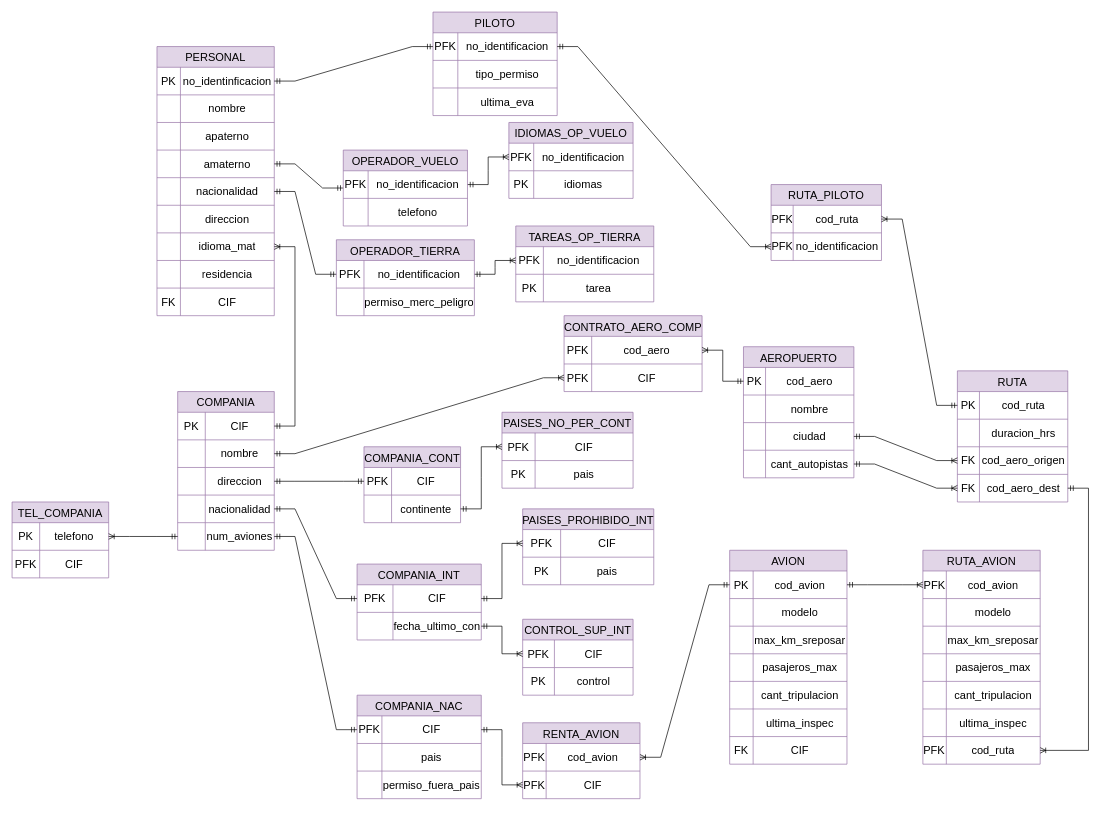
Above: Modelo Relacion Aeropuerto TBD.drawio in misiomishi/itcj (draw.io), before the change. Source tidied: cells renumbered, new cells numbered last; positions are measured from the earlier drawing's top-left corner, leaving out a move shared by most shapes. Both pictures are drawn from the tidied source at 69%, with x=0, y=0 at pixel (12, 12).
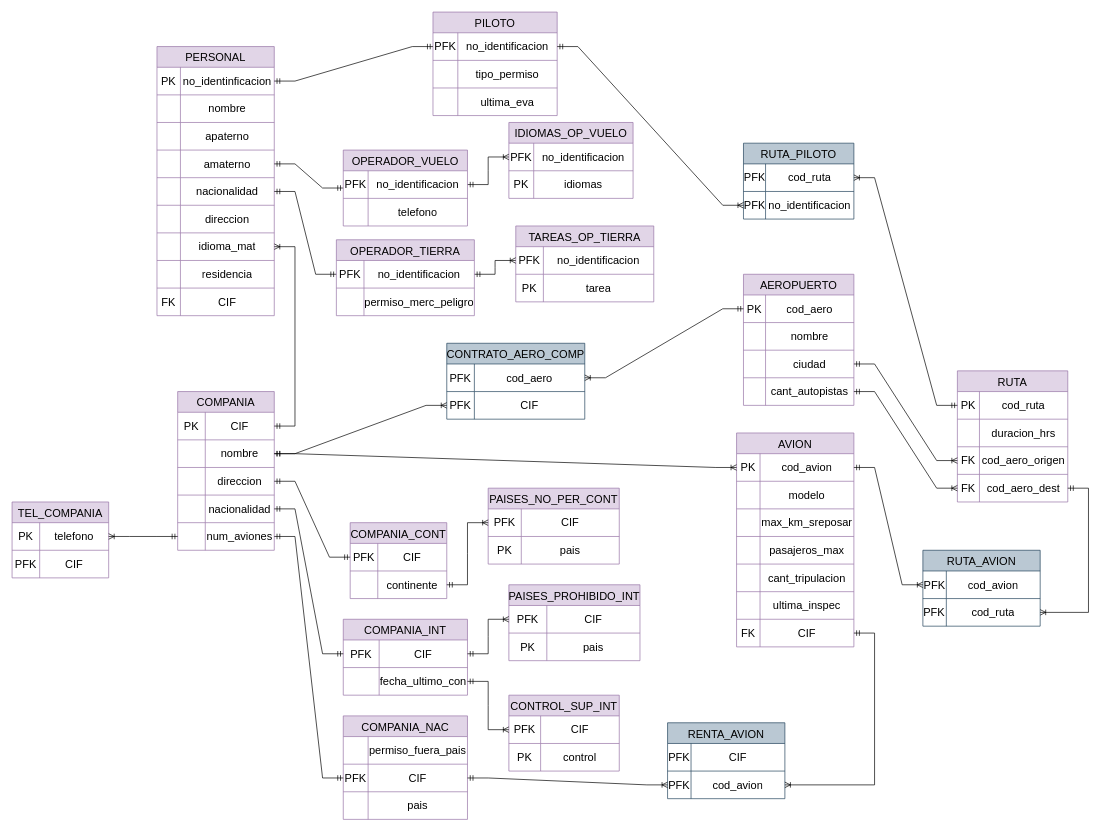
The same page after the edit.

The change refers to these unchanged cells:
```xml
<mxCell id="6" style="shape=tableRow;horizontal=0;startSize=0;swimlaneHead=0;swimlaneBody=0;strokeColor=inherit;top=0;left=0;bottom=0;right=0;fillColor=none;points=[[0,0.5],[1,0.5]];portConstraint=eastwest;fontSize=16;" parent="2" vertex="1">
  <mxGeometry y="70" width="140" height="40" as="geometry" />
</mxCell>
<mxCell id="136" style="shape=tableRow;horizontal=0;startSize=0;swimlaneHead=0;swimlaneBody=0;strokeColor=inherit;top=0;left=0;bottom=0;right=0;fillColor=none;points=[[0,0.5],[1,0.5]];portConstraint=eastwest;fontSize=16;" parent="135" vertex="1">
  <mxGeometry y="30" width="170" height="40" as="geometry" />
</mxCell>
<mxCell id="154" style="shape=tableRow;horizontal=0;startSize=0;swimlaneHead=0;swimlaneBody=0;strokeColor=inherit;top=0;left=0;bottom=0;right=0;fillColor=none;points=[[0,0.5],[1,0.5]];portConstraint=eastwest;fontSize=16;" parent="135" vertex="1">
  <mxGeometry y="270" width="170" height="40" as="geometry" />
</mxCell>
```

What changed in the source:
```diff
@@
     <mxCell id="25" value="COMPANIA_CONT" style="shape=table;startSize=30;childLayout=tableLayout;strokeColor=#9673a6;fontSize=16;fillColor=#e1d5e7;" parent="1" vertex="1">
-      <mxGeometry x="510" y="630" width="140" height="110" as="geometry" />
+      <mxGeometry x="490" y="740" width="140" height="110" as="geometry" />
     </mxCell>
@@
     <mxCell id="32" value="PAISES_NO_PER_CONT" style="shape=table;startSize=30;childLayout=tableLayout;strokeColor=#9673a6;fontSize=16;fillColor=#e1d5e7;" parent="1" vertex="1">
-      <mxGeometry x="710" y="580" width="190" height="110" as="geometry" />
+      <mxGeometry x="690" y="690" width="190" height="110" as="geometry" />
     </mxCell>
@@
     <mxCell id="39" value="COMPANIA_INT" style="shape=table;startSize=30;childLayout=tableLayout;strokeColor=#9673a6;fontSize=16;fillColor=#e1d5e7;" parent="1" vertex="1">
-      <mxGeometry x="500" y="800" width="180" height="110" as="geometry" />
+      <mxGeometry x="480" y="880" width="180" height="110" as="geometry" />
     </mxCell>
@@
     <mxCell id="46" value="PAISES_PROHIBIDO_INT" style="shape=table;startSize=30;childLayout=tableLayout;strokeColor=#9673a6;fontSize=16;fillColor=#e1d5e7;" parent="1" vertex="1">
-      <mxGeometry x="740" y="720" width="190" height="110" as="geometry" />
+      <mxGeometry x="720" y="830" width="190" height="110" as="geometry" />
     </mxCell>
@@
     <mxCell id="53" value="CONTROL_SUP_INT" style="shape=table;startSize=30;childLayout=tableLayout;strokeColor=#9673a6;fontSize=16;fillColor=#e1d5e7;" parent="1" vertex="1">
-      <mxGeometry x="740" y="880" width="160" height="110" as="geometry" />
+      <mxGeometry x="720" y="990" width="160" height="110" as="geometry" />
     </mxCell>
@@
     <mxCell id="60" value="COMPANIA_NAC" style="shape=table;startSize=30;childLayout=tableLayout;strokeColor=#9673a6;fontSize=16;fillColor=#e1d5e7;" parent="1" vertex="1">
-      <mxGeometry x="500" y="990" width="180" height="150" as="geometry" />
+      <mxGeometry x="480" y="1020" width="180" height="150" as="geometry" />
     </mxCell>
+    <mxCell id="67" style="shape=tableRow;horizontal=0;startSize=0;swimlaneHead=0;swimlaneBody=0;strokeColor=inherit;top=0;left=0;bottom=0;right=0;fillColor=none;fontSize=16;" parent="60" vertex="1">
+      <mxGeometry y="30" width="180" height="40" as="geometry" />
+    </mxCell>
+    <mxCell id="68" style="shape=partialRectangle;html=1;whiteSpace=wrap;strokeColor=inherit;overflow=hidden;fillColor=none;top=0;left=0;bottom=0;right=0;fontSize=16;" parent="67" vertex="1">
+      <mxGeometry width="36" height="40" as="geometry" />
+    </mxCell>
+    <mxCell id="69" value="permiso_fuera_pais" style="shape=partialRectangle;html=1;whiteSpace=wrap;strokeColor=inherit;overflow=hidden;fillColor=none;top=0;left=0;bottom=0;right=0;fontSize=16;" parent="67" vertex="1">
+      <mxGeometry x="36" width="144" height="40" as="geometry" />
+    </mxCell>
     <mxCell id="61" style="shape=tableRow;horizontal=0;startSize=0;swimlaneHead=0;swimlaneBody=0;strokeColor=inherit;top=0;left=0;bottom=0;right=0;fillColor=none;points=[[0,0.5],[1,0.5]];portConstraint=eastwest;fontSize=16;" parent="60" vertex="1">
-      <mxGeometry y="30" width="180" height="40" as="geometry" />
+      <mxGeometry y="70" width="180" height="40" as="geometry" />
     </mxCell>
@@
     <mxCell id="64" style="shape=tableRow;horizontal=0;startSize=0;swimlaneHead=0;swimlaneBody=0;strokeColor=inherit;top=0;left=0;bottom=0;right=0;fillColor=none;fontSize=16;" parent="60" vertex="1">
-      <mxGeometry y="70" width="180" height="40" as="geometry" />
+      <mxGeometry y="110" width="180" height="40" as="geometry" />
     </mxCell>
@@
-    <mxCell id="67" style="shape=tableRow;horizontal=0;startSize=0;swimlaneHead=0;swimlaneBody=0;strokeColor=inherit;top=0;left=0;bottom=0;right=0;fillColor=none;fontSize=16;" parent="60" vertex="1">
-      <mxGeometry y="110" width="180" height="40" as="geometry" />
-    </mxCell>
-    <mxCell id="68" style="shape=partialRectangle;html=1;whiteSpace=wrap;strokeColor=inherit;overflow=hidden;fillColor=none;top=0;left=0;bottom=0;right=0;fontSize=16;" parent="67" vertex="1">
-      <mxGeometry width="36" height="40" as="geometry" />
-    </mxCell>
-    <mxCell id="69" value="permiso_fuera_pais" style="shape=partialRectangle;html=1;whiteSpace=wrap;strokeColor=inherit;overflow=hidden;fillColor=none;top=0;left=0;bottom=0;right=0;fontSize=16;" parent="67" vertex="1">
-      <mxGeometry x="36" width="144" height="40" as="geometry" />
-    </mxCell>
@@
     <mxCell id="122" value="AEROPUERTO" style="shape=table;startSize=30;childLayout=tableLayout;strokeColor=#9673a6;fontSize=16;fillColor=#e1d5e7;" parent="1" vertex="1">
-      <mxGeometry x="1060" y="485" width="160" height="190" as="geometry" />
+      <mxGeometry x="1060" y="380" width="160" height="190" as="geometry" />
     </mxCell>
@@
     <mxCell id="135" value="AVION" style="shape=table;startSize=30;childLayout=tableLayout;strokeColor=#9673a6;fontSize=16;fillColor=#e1d5e7;" parent="1" vertex="1">
-      <mxGeometry x="1040" y="780" width="170" height="310" as="geometry" />
+      <mxGeometry x="1050" y="610" width="170" height="310" as="geometry" />
     </mxCell>
@@
-    <mxCell id="180" value="CONTRATO_AERO_COMP" style="shape=table;startSize=30;childLayout=tableLayout;strokeColor=#9673a6;fontSize=16;fillColor=#e1d5e7;" parent="1" vertex="1">
-      <mxGeometry x="800" y="440" width="200" height="110" as="geometry" />
+    <mxCell id="180" value="CONTRATO_AERO_COMP" style="shape=table;startSize=30;childLayout=tableLayout;strokeColor=#23445d;fontSize=16;fillColor=#bac8d3;" parent="1" vertex="1">
+      <mxGeometry x="630" y="480" width="200" height="110" as="geometry" />
     </mxCell>
@@
-    <mxCell id="189" value="RENTA_AVION" style="shape=table;startSize=30;childLayout=tableLayout;strokeColor=#9673a6;fontSize=16;fillColor=#e1d5e7;" parent="1" vertex="1">
-      <mxGeometry x="740" y="1030" width="170" height="110" as="geometry" />
+    <mxCell id="189" value="RENTA_AVION" style="shape=table;startSize=30;childLayout=tableLayout;strokeColor=#23445d;fontSize=16;fillColor=#bac8d3;" parent="1" vertex="1">
+      <mxGeometry x="950" y="1030" width="170" height="110" as="geometry" />
     </mxCell>
+    <mxCell id="193" style="shape=tableRow;horizontal=0;startSize=0;swimlaneHead=0;swimlaneBody=0;strokeColor=inherit;top=0;left=0;bottom=0;right=0;fillColor=none;points=[[0,0.5],[1,0.5]];portConstraint=eastwest;fontSize=16;" parent="189" vertex="1">
+      <mxGeometry y="30" width="170" height="40" as="geometry" />
+    </mxCell>
+    <mxCell id="194" value="PFK" style="shape=partialRectangle;html=1;whiteSpace=wrap;strokeColor=inherit;overflow=hidden;fillColor=none;top=0;left=0;bottom=0;right=0;fontSize=16;" parent="193" vertex="1">
+      <mxGeometry width="34" height="40" as="geometry" />
+    </mxCell>
+    <mxCell id="195" value="CIF" style="shape=partialRectangle;html=1;whiteSpace=wrap;strokeColor=inherit;overflow=hidden;fillColor=none;top=0;left=0;bottom=0;right=0;fontSize=16;" parent="193" vertex="1">
+      <mxGeometry x="34" width="136" height="40" as="geometry" />
+    </mxCell>
     <mxCell id="190" style="shape=tableRow;horizontal=0;startSize=0;swimlaneHead=0;swimlaneBody=0;strokeColor=inherit;top=0;left=0;bottom=0;right=0;fillColor=none;points=[[0,0.5],[1,0.5]];portConstraint=eastwest;fontSize=16;" parent="189" vertex="1">
-      <mxGeometry y="30" width="170" height="40" as="geometry" />
+      <mxGeometry y="70" width="170" height="40" as="geometry" />
     </mxCell>
@@
-    <mxCell id="193" style="shape=tableRow;horizontal=0;startSize=0;swimlaneHead=0;swimlaneBody=0;strokeColor=inherit;top=0;left=0;bottom=0;right=0;fillColor=none;points=[[0,0.5],[1,0.5]];portConstraint=eastwest;fontSize=16;" parent="189" vertex="1">
-      <mxGeometry y="70" width="170" height="40" as="geometry" />
-    </mxCell>
-    <mxCell id="194" value="PFK" style="shape=partialRectangle;html=1;whiteSpace=wrap;strokeColor=inherit;overflow=hidden;fillColor=none;top=0;left=0;bottom=0;right=0;fontSize=16;" parent="193" vertex="1">
-      <mxGeometry width="34" height="40" as="geometry" />
-    </mxCell>
-    <mxCell id="195" value="CIF" style="shape=partialRectangle;html=1;whiteSpace=wrap;strokeColor=inherit;overflow=hidden;fillColor=none;top=0;left=0;bottom=0;right=0;fontSize=16;" parent="193" vertex="1">
-      <mxGeometry x="34" width="136" height="40" as="geometry" />
-    </mxCell>
-    <mxCell id="196" value="RUTA_AVION" style="shape=table;startSize=30;childLayout=tableLayout;strokeColor=#9673a6;fontSize=16;fillColor=#e1d5e7;" parent="1" vertex="1">
-      <mxGeometry x="1320" y="780" width="170" height="310" as="geometry" />
+    <mxCell id="196" value="RUTA_AVION" style="shape=table;startSize=30;childLayout=tableLayout;strokeColor=#23445d;fontSize=16;fillColor=#bac8d3;" parent="1" vertex="1">
+      <mxGeometry x="1320" y="780" width="170" height="110" as="geometry" />
     </mxCell>
@@
-    <mxCell id="200" style="shape=tableRow;horizontal=0;startSize=0;swimlaneHead=0;swimlaneBody=0;strokeColor=inherit;top=0;left=0;bottom=0;right=0;fillColor=none;fontSize=16;" parent="196" vertex="1">
-      <mxGeometry y="70" width="170" height="40" as="geometry" />
-    </mxCell>
-    <mxCell id="201" style="shape=partialRectangle;html=1;whiteSpace=wrap;strokeColor=inherit;overflow=hidden;fillColor=none;top=0;left=0;bottom=0;right=0;fontSize=16;" parent="200" vertex="1">
-      <mxGeometry width="34" height="40" as="geometry" />
-    </mxCell>
-    <mxCell id="202" value="modelo" style="shape=partialRectangle;html=1;whiteSpace=wrap;strokeColor=inherit;overflow=hidden;fillColor=none;top=0;left=0;bottom=0;right=0;fontSize=16;" parent="200" vertex="1">
-      <mxGeometry x="34" width="136" height="40" as="geometry" />
-    </mxCell>
-    <mxCell id="203" style="shape=tableRow;horizontal=0;startSize=0;swimlaneHead=0;swimlaneBody=0;strokeColor=inherit;top=0;left=0;bottom=0;right=0;fillColor=none;fontSize=16;" parent="196" vertex="1">
-      <mxGeometry y="110" width="170" height="40" as="geometry" />
-    </mxCell>
-    <mxCell id="204" style="shape=partialRectangle;html=1;whiteSpace=wrap;strokeColor=inherit;overflow=hidden;fillColor=none;top=0;left=0;bottom=0;right=0;fontSize=16;" parent="203" vertex="1">
-      <mxGeometry width="34" height="40" as="geometry" />
-    </mxCell>
-    <mxCell id="205" value="max_km_sreposar" style="shape=partialRectangle;html=1;whiteSpace=wrap;strokeColor=inherit;overflow=hidden;fillColor=none;top=0;left=0;bottom=0;right=0;fontSize=16;" parent="203" vertex="1">
-      <mxGeometry x="34" width="136" height="40" as="geometry" />
-    </mxCell>
-    <mxCell id="206" style="shape=tableRow;horizontal=0;startSize=0;swimlaneHead=0;swimlaneBody=0;strokeColor=inherit;top=0;left=0;bottom=0;right=0;fillColor=none;fontSize=16;" parent="196" vertex="1">
-      <mxGeometry y="150" width="170" height="40" as="geometry" />
-    </mxCell>
-    <mxCell id="207" style="shape=partialRectangle;html=1;whiteSpace=wrap;strokeColor=inherit;overflow=hidden;fillColor=none;top=0;left=0;bottom=0;right=0;fontSize=16;" parent="206" vertex="1">
-      <mxGeometry width="34" height="40" as="geometry" />
-    </mxCell>
-    <mxCell id="208" value="pasajeros_max" style="shape=partialRectangle;html=1;whiteSpace=wrap;strokeColor=inherit;overflow=hidden;fillColor=none;top=0;left=0;bottom=0;right=0;fontSize=16;" parent="206" vertex="1">
-      <mxGeometry x="34" width="136" height="40" as="geometry" />
-    </mxCell>
-    <mxCell id="209" style="shape=tableRow;horizontal=0;startSize=0;swimlaneHead=0;swimlaneBody=0;strokeColor=inherit;top=0;left=0;bottom=0;right=0;fillColor=none;fontSize=16;" parent="196" vertex="1">
-      <mxGeometry y="190" width="170" height="40" as="geometry" />
-    </mxCell>
-    <mxCell id="210" style="shape=partialRectangle;html=1;whiteSpace=wrap;strokeColor=inherit;overflow=hidden;fillColor=none;top=0;left=0;bottom=0;right=0;fontSize=16;" parent="209" vertex="1">
-      <mxGeometry width="34" height="40" as="geometry" />
-    </mxCell>
-    <mxCell id="211" value="cant_tripulacion" style="shape=partialRectangle;html=1;whiteSpace=wrap;strokeColor=inherit;overflow=hidden;fillColor=none;top=0;left=0;bottom=0;right=0;fontSize=16;" parent="209" vertex="1">
-      <mxGeometry x="34" width="136" height="40" as="geometry" />
-    </mxCell>
-    <mxCell id="212" style="shape=tableRow;horizontal=0;startSize=0;swimlaneHead=0;swimlaneBody=0;strokeColor=inherit;top=0;left=0;bottom=0;right=0;fillColor=none;fontSize=16;" parent="196" vertex="1">
-      <mxGeometry y="230" width="170" height="40" as="geometry" />
-    </mxCell>
-    <mxCell id="213" style="shape=partialRectangle;html=1;whiteSpace=wrap;strokeColor=inherit;overflow=hidden;fillColor=none;top=0;left=0;bottom=0;right=0;fontSize=16;" parent="212" vertex="1">
-      <mxGeometry width="34" height="40" as="geometry" />
-    </mxCell>
-    <mxCell id="214" value="ultima_inspec" style="shape=partialRectangle;html=1;whiteSpace=wrap;strokeColor=inherit;overflow=hidden;fillColor=none;top=0;left=0;bottom=0;right=0;fontSize=16;" parent="212" vertex="1">
-      <mxGeometry x="34" width="136" height="40" as="geometry" />
-    </mxCell>
     <mxCell id="215" style="shape=tableRow;horizontal=0;startSize=0;swimlaneHead=0;swimlaneBody=0;strokeColor=inherit;top=0;left=0;bottom=0;right=0;fillColor=none;points=[[0,0.5],[1,0.5]];portConstraint=eastwest;fontSize=16;" parent="196" vertex="1">
-      <mxGeometry y="270" width="170" height="40" as="geometry" />
+      <mxGeometry y="70" width="170" height="40" as="geometry" />
     </mxCell>
@@
-    <mxCell id="218" value="RUTA_PILOTO" style="shape=table;startSize=30;childLayout=tableLayout;strokeColor=#9673a6;fontSize=16;fillColor=#e1d5e7;" parent="1" vertex="1">
-      <mxGeometry x="1100" y="250" width="160" height="110" as="geometry" />
+    <mxCell id="218" value="RUTA_PILOTO" style="shape=table;startSize=30;childLayout=tableLayout;strokeColor=#23445d;fontSize=16;fillColor=#bac8d3;" parent="1" vertex="1">
+      <mxGeometry x="1060" y="190" width="160" height="110" as="geometry" />
     </mxCell>
@@
-    <mxCell id="227" style="edgeStyle=entityRelationEdgeStyle;fontSize=12;html=1;endArrow=ERoneToMany;startArrow=ERmandOne;rounded=0;exitX=0;exitY=0.5;exitDx=0;exitDy=0;entryX=1;entryY=0.5;entryDx=0;entryDy=0;" parent="1" edge="1" source="136" target="190">
+    <mxCell id="227" style="edgeStyle=entityRelationEdgeStyle;fontSize=12;html=1;endArrow=ERoneToMany;startArrow=ERmandOne;rounded=0;entryX=1;entryY=0.5;entryDx=0;entryDy=0;" parent="1" edge="1" source="154" target="190">
       <mxGeometry relative="1" as="geometry">
         <Array as="points">
           <mxPoint x="1040" y="1040" />
           <mxPoint x="1040" y="1000" />
           <mxPoint x="1020" y="900" />
         </Array>
       </mxGeometry>
     </mxCell>
@@
-    <mxCell id="232" style="edgeStyle=entityRelationEdgeStyle;fontSize=12;html=1;endArrow=ERoneToMany;startArrow=ERmandOne;rounded=0;exitX=1;exitY=0.5;exitDx=0;exitDy=0;entryX=0;entryY=0.5;entryDx=0;entryDy=0;" parent="1" edge="1" source="61" target="193">
+    <mxCell id="232" style="edgeStyle=entityRelationEdgeStyle;fontSize=12;html=1;endArrow=ERoneToMany;startArrow=ERmandOne;rounded=0;exitX=1;exitY=0.5;exitDx=0;exitDy=0;entryX=0;entryY=0.5;entryDx=0;entryDy=0;" parent="1" edge="1" source="61" target="190">
       <mxGeometry relative="1" as="geometry" />
     </mxCell>
@@
+    <mxCell id="250" style="edgeStyle=entityRelationEdgeStyle;fontSize=12;html=1;endArrow=ERoneToMany;startArrow=ERmandOne;rounded=0;entryX=0;entryY=0.5;entryDx=0;entryDy=0;exitX=1;exitY=0.5;exitDx=0;exitDy=0;" parent="1" edge="1" source="6" target="136">
+      <mxGeometry relative="1" as="geometry" />
+    </mxCell>
```
